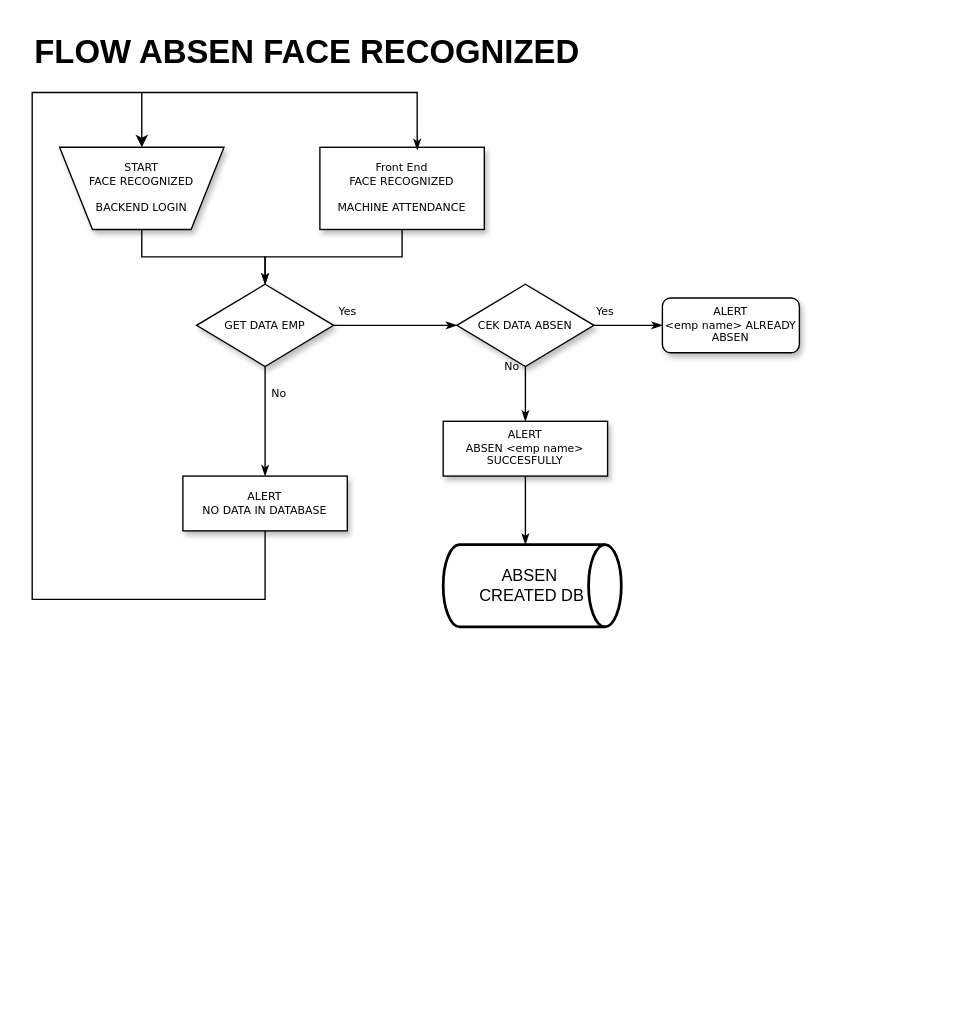
This is FlowHRM.drawio from syaiful505/repo-draw, a draw.io file, before an edit. Source tidied: cells renumbered, new cells numbered last; positions are measured from the earlier drawing's top-left corner, leaving out a move shared by most shapes. Both pictures are drawn from the tidied source at 137%, with x=0, y=0 at pixel (32, 23).
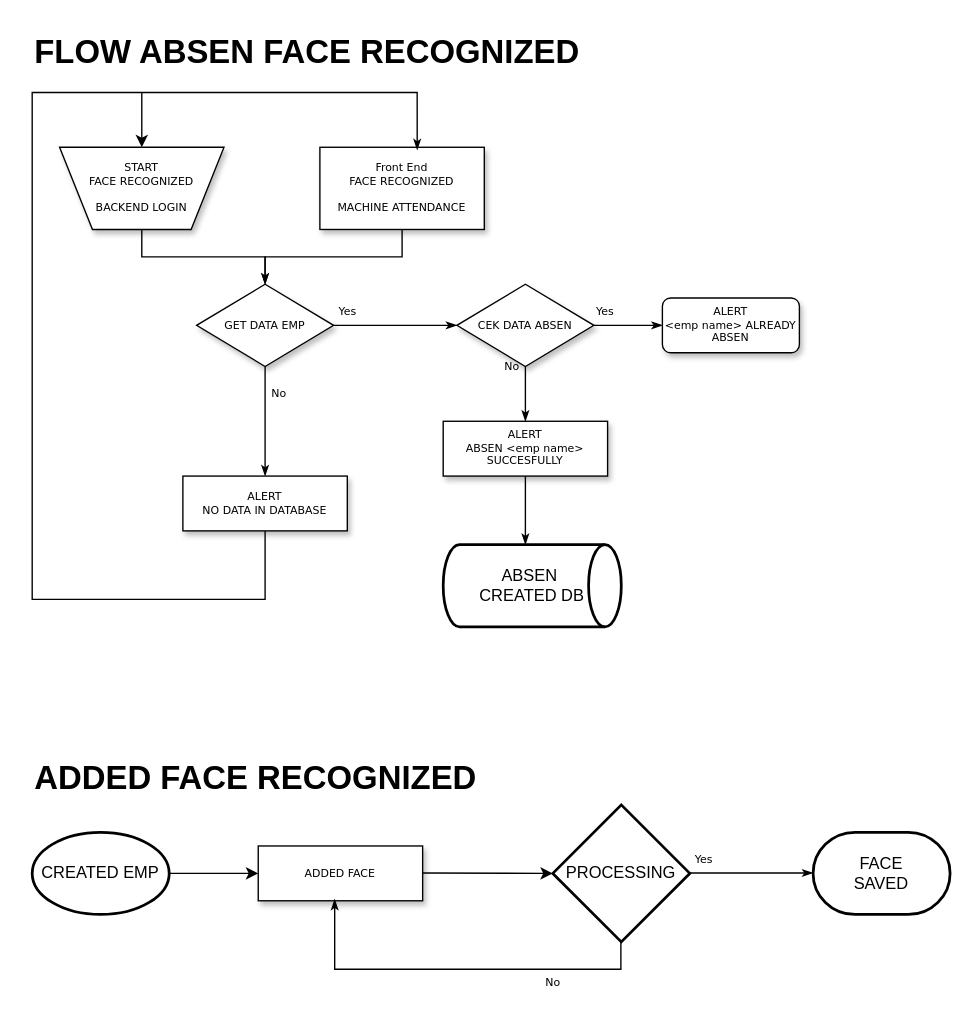
After the change.

The edit, as a diff of the source:
```diff
@@
+    <mxCell id="20" value="&lt;h1 style=&quot;margin-top: 0px;&quot;&gt;ADDED FACE RECOGNIZED&lt;/h1&gt;" style="text;html=1;whiteSpace=wrap;overflow=hidden;rounded=0;" parent="1" vertex="1">
+      <mxGeometry y="530" width="490" height="120" as="geometry" />
+    </mxCell>
+    <mxCell id="21" value="FACE&lt;div&gt;SAVED&lt;/div&gt;" style="strokeWidth=2;html=1;shape=mxgraph.flowchart.terminator;whiteSpace=wrap;" parent="1" vertex="1">
+      <mxGeometry x="570" y="590" width="100" height="60" as="geometry" />
+    </mxCell>
+    <mxCell id="22" value="ADDED FACE" style="whiteSpace=wrap;html=1;rounded=0;shadow=1;labelBackgroundColor=none;strokeWidth=1;fontFamily=Verdana;fontSize=8;align=center;" parent="1" vertex="1">
+      <mxGeometry x="165" y="600" width="120" height="40" as="geometry" />
+    </mxCell>
+    <mxCell id="23" value="PROCESSING" style="strokeWidth=2;html=1;shape=mxgraph.flowchart.decision;whiteSpace=wrap;" parent="1" vertex="1">
+      <mxGeometry x="380" y="570" width="100" height="100" as="geometry" />
+    </mxCell>
+    <mxCell id="24" value="CREATED EMP" style="strokeWidth=2;html=1;shape=mxgraph.flowchart.start_1;whiteSpace=wrap;" parent="1" vertex="1">
+      <mxGeometry y="590" width="100" height="60" as="geometry" />
+    </mxCell>
+    <mxCell id="25" style="endArrow=classic;html=1;rounded=0;" parent="1" edge="1" target="22">
+      <mxGeometry relative="1" as="geometry">
+        <mxPoint x="100" y="620" as="sourcePoint" />
+      </mxGeometry>
+    </mxCell>
+    <mxCell id="26" style="endArrow=classic;html=1;rounded=0;entryX=0;entryY=0.5;entryDx=0;entryDy=0;entryPerimeter=0;" parent="1" edge="1" target="23">
+      <mxGeometry relative="1" as="geometry">
+        <mxPoint x="285" y="619.7" as="sourcePoint" />
+      </mxGeometry>
+    </mxCell>
+    <mxCell id="27" value="Yes" style="edgeStyle=orthogonalEdgeStyle;rounded=0;html=1;labelBackgroundColor=none;startSize=5;endArrow=classicThin;endFill=1;endSize=5;jettySize=auto;orthogonalLoop=1;strokeWidth=1;fontFamily=Verdana;fontSize=8;" parent="1" edge="1">
+      <mxGeometry x="-0.78" y="10" relative="1" as="geometry">
+        <mxPoint x="480" y="619.7" as="sourcePoint" />
+        <mxPoint x="570" y="619.7" as="targetPoint" />
+      </mxGeometry>
+    </mxCell>
+    <mxCell id="28" value="No" style="edgeStyle=orthogonalEdgeStyle;rounded=0;html=1;labelBackgroundColor=none;startSize=5;endArrow=classicThin;endFill=1;endSize=5;jettySize=auto;strokeWidth=1;fontFamily=Verdana;fontSize=8;entryX=0.465;entryY=0.971;entryDx=0;entryDy=0;entryPerimeter=0;" parent="1" edge="1" target="22">
+      <mxGeometry x="-0.5" y="10" relative="1" as="geometry">
+        <mxPoint x="429.7" y="670" as="sourcePoint" />
+        <Array as="points">
+          <mxPoint x="430" y="690" />
+          <mxPoint x="221" y="690" />
+        </Array>
+      </mxGeometry>
+    </mxCell>
```
